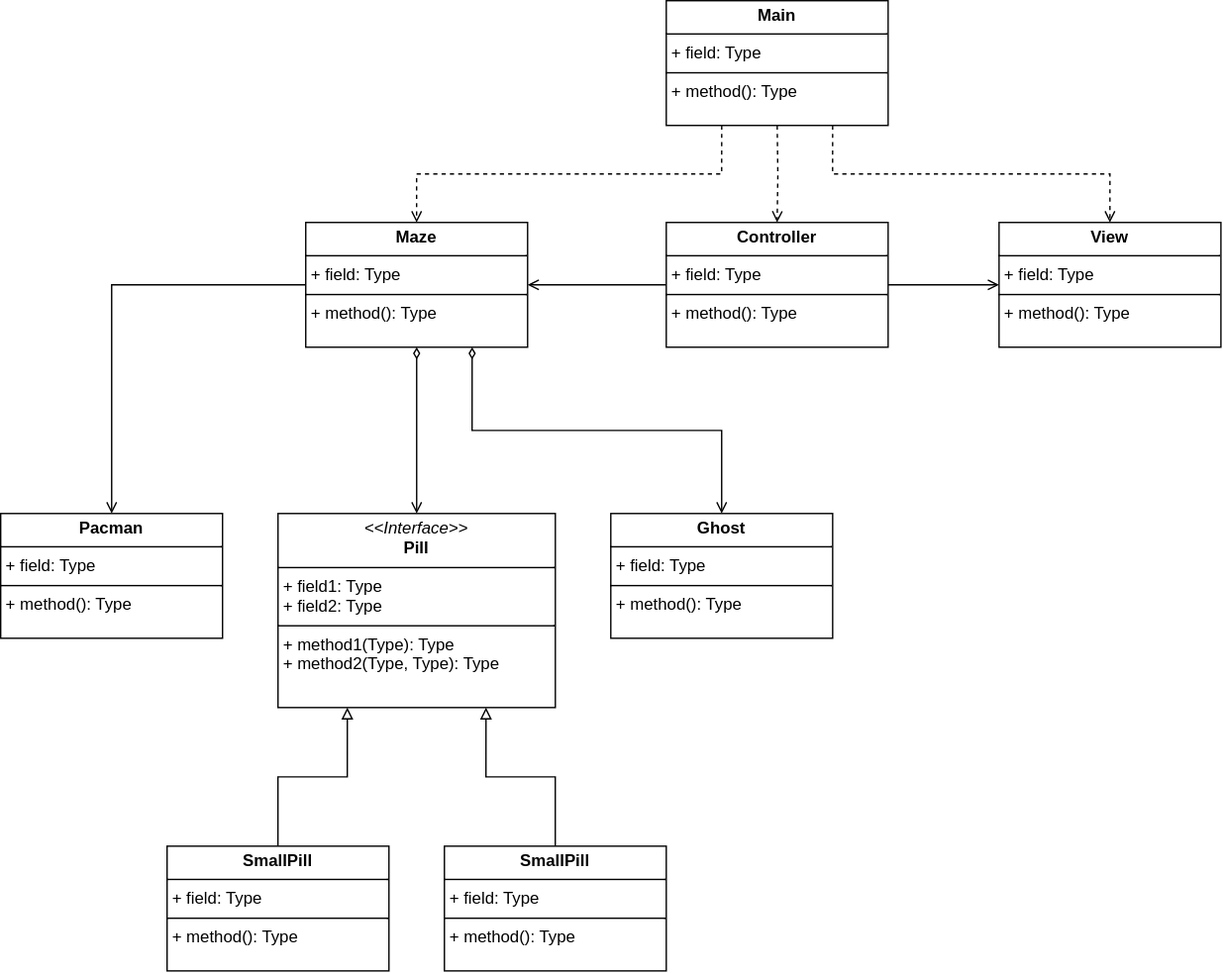
Before: UML-Diagram.drawio.svg, a diagram exported from draw.io (Bartholomew125/PacMan). Source tidied: cells renumbered, new cells last; positions are measured from the earlier drawing's top-left corner, leaving out a move shared by most shapes. Its diagram source:
```xml
<mxGraphModel>
  <root>
    <mxCell id="0" />
    <mxCell id="1" parent="0" />
    <mxCell id="2" style="edgeStyle=orthogonalEdgeStyle;rounded=0;jettySize=auto;html=1;endArrow=open;endFill=0;" parent="1" edge="1" source="17" target="11">
      <mxGeometry relative="1" as="geometry" />
    </mxCell>
    <mxCell id="3" style="edgeStyle=orthogonalEdgeStyle;rounded=0;jettySize=auto;html=1;startArrow=diamondThin;startFill=0;endArrow=open;endFill=0;" parent="1" edge="1" source="17" target="10">
      <mxGeometry relative="1" as="geometry" />
    </mxCell>
    <mxCell id="4" style="edgeStyle=orthogonalEdgeStyle;rounded=0;jettySize=auto;html=1;exitX=0.75;exitY=1;exitDx=0;exitDy=0;endArrow=open;endFill=0;startArrow=diamondThin;startFill=0;" parent="1" edge="1" source="17" target="16">
      <mxGeometry relative="1" as="geometry" />
    </mxCell>
    <mxCell id="5" style="edgeStyle=orthogonalEdgeStyle;rounded=0;jettySize=auto;html=1;endArrow=open;endFill=0;" parent="1" edge="1" source="18" target="17">
      <mxGeometry relative="1" as="geometry" />
    </mxCell>
    <mxCell id="6" style="edgeStyle=orthogonalEdgeStyle;rounded=0;jettySize=auto;html=1;dashed=1;endArrow=open;endFill=0;" parent="1" edge="1" target="18">
      <mxGeometry relative="1" as="geometry">
        <mxPoint x="560" y="90" as="sourcePoint" />
      </mxGeometry>
    </mxCell>
    <mxCell id="7" style="edgeStyle=orthogonalEdgeStyle;rounded=0;jettySize=auto;html=1;dashed=1;exitX=0.25;exitY=1;exitDx=0;exitDy=0;endArrow=open;endFill=0;" parent="1" edge="1" source="20" target="17">
      <mxGeometry relative="1" as="geometry" />
    </mxCell>
    <mxCell id="8" style="edgeStyle=orthogonalEdgeStyle;rounded=0;jettySize=auto;html=1;exitX=0.75;exitY=1;exitDx=0;exitDy=0;dashed=1;endArrow=open;endFill=0;" parent="1" edge="1" source="20" target="19">
      <mxGeometry relative="1" as="geometry" />
    </mxCell>
    <mxCell id="9" style="edgeStyle=orthogonalEdgeStyle;rounded=0;jettySize=auto;html=1;endArrow=open;endFill=0;" parent="1" edge="1" source="18" target="19">
      <mxGeometry relative="1" as="geometry" />
    </mxCell>
    <mxCell id="10" value="&lt;p style=&quot;margin:0px;margin-top:4px;text-align:center;&quot;&gt;&lt;i&gt;&amp;lt;&amp;lt;Interface&amp;gt;&amp;gt;&lt;/i&gt;&lt;br&gt;&lt;b&gt;Pill&lt;/b&gt;&lt;/p&gt;&lt;hr size=&quot;1&quot; style=&quot;border-style:solid;&quot;&gt;&lt;p style=&quot;margin:0px;margin-left:4px;&quot;&gt;+ field1: Type&lt;br&gt;+ field2: Type&lt;/p&gt;&lt;hr size=&quot;1&quot; style=&quot;border-style:solid;&quot;&gt;&lt;p style=&quot;margin:0px;margin-left:4px;&quot;&gt;+ method1(Type): Type&lt;br&gt;+ method2(Type, Type): Type&lt;/p&gt;" style="verticalAlign=top;align=left;overflow=fill;html=1;whiteSpace=wrap;" parent="1" vertex="1">
      <mxGeometry x="200" y="370" width="200" height="140" as="geometry" />
    </mxCell>
    <mxCell id="11" value="&lt;p style=&quot;margin:0px;margin-top:4px;text-align:center;&quot;&gt;&lt;b&gt;Pacman&lt;/b&gt;&lt;/p&gt;&lt;hr size=&quot;1&quot; style=&quot;border-style:solid;&quot;&gt;&lt;p style=&quot;margin:0px;margin-left:4px;&quot;&gt;+ field: Type&lt;/p&gt;&lt;hr size=&quot;1&quot; style=&quot;border-style:solid;&quot;&gt;&lt;p style=&quot;margin:0px;margin-left:4px;&quot;&gt;+ method(): Type&lt;/p&gt;" style="verticalAlign=top;align=left;overflow=fill;html=1;whiteSpace=wrap;" parent="1" vertex="1">
      <mxGeometry y="370" width="160" height="90" as="geometry" />
    </mxCell>
    <mxCell id="12" style="edgeStyle=orthogonalEdgeStyle;rounded=0;jettySize=auto;html=1;endArrow=block;endFill=0;entryX=0.25;entryY=1;entryDx=0;entryDy=0;" parent="1" edge="1" source="13" target="10">
      <mxGeometry relative="1" as="geometry" />
    </mxCell>
    <mxCell id="13" value="&lt;p style=&quot;margin:0px;margin-top:4px;text-align:center;&quot;&gt;&lt;b&gt;SmallPill&lt;/b&gt;&lt;/p&gt;&lt;hr size=&quot;1&quot; style=&quot;border-style:solid;&quot;&gt;&lt;p style=&quot;margin:0px;margin-left:4px;&quot;&gt;+ field: Type&lt;/p&gt;&lt;hr size=&quot;1&quot; style=&quot;border-style:solid;&quot;&gt;&lt;p style=&quot;margin:0px;margin-left:4px;&quot;&gt;+ method(): Type&lt;/p&gt;" style="verticalAlign=top;align=left;overflow=fill;html=1;whiteSpace=wrap;" parent="1" vertex="1">
      <mxGeometry x="120" y="610" width="160" height="90" as="geometry" />
    </mxCell>
    <mxCell id="14" style="edgeStyle=orthogonalEdgeStyle;rounded=0;jettySize=auto;html=1;endArrow=block;endFill=0;entryX=0.75;entryY=1;entryDx=0;entryDy=0;" parent="1" edge="1" source="15" target="10">
      <mxGeometry relative="1" as="geometry" />
    </mxCell>
    <mxCell id="15" value="&lt;p style=&quot;margin:0px;margin-top:4px;text-align:center;&quot;&gt;&lt;b&gt;SmallPill&lt;/b&gt;&lt;/p&gt;&lt;hr size=&quot;1&quot; style=&quot;border-style:solid;&quot;&gt;&lt;p style=&quot;margin:0px;margin-left:4px;&quot;&gt;+ field: Type&lt;/p&gt;&lt;hr size=&quot;1&quot; style=&quot;border-style:solid;&quot;&gt;&lt;p style=&quot;margin:0px;margin-left:4px;&quot;&gt;+ method(): Type&lt;/p&gt;" style="verticalAlign=top;align=left;overflow=fill;html=1;whiteSpace=wrap;" parent="1" vertex="1">
      <mxGeometry x="320" y="610" width="160" height="90" as="geometry" />
    </mxCell>
    <mxCell id="16" value="&lt;p style=&quot;margin:0px;margin-top:4px;text-align:center;&quot;&gt;&lt;b&gt;Ghost&lt;/b&gt;&lt;/p&gt;&lt;hr size=&quot;1&quot; style=&quot;border-style:solid;&quot;&gt;&lt;p style=&quot;margin:0px;margin-left:4px;&quot;&gt;+ field: Type&lt;/p&gt;&lt;hr size=&quot;1&quot; style=&quot;border-style:solid;&quot;&gt;&lt;p style=&quot;margin:0px;margin-left:4px;&quot;&gt;+ method(): Type&lt;/p&gt;" style="verticalAlign=top;align=left;overflow=fill;html=1;whiteSpace=wrap;" parent="1" vertex="1">
      <mxGeometry x="440" y="370" width="160" height="90" as="geometry" />
    </mxCell>
    <mxCell id="17" value="&lt;p style=&quot;margin:0px;margin-top:4px;text-align:center;&quot;&gt;&lt;b&gt;Maze&lt;/b&gt;&lt;/p&gt;&lt;hr size=&quot;1&quot; style=&quot;border-style:solid;&quot;&gt;&lt;p style=&quot;margin:0px;margin-left:4px;&quot;&gt;+ field: Type&lt;/p&gt;&lt;hr size=&quot;1&quot; style=&quot;border-style:solid;&quot;&gt;&lt;p style=&quot;margin:0px;margin-left:4px;&quot;&gt;+ method(): Type&lt;/p&gt;" style="verticalAlign=top;align=left;overflow=fill;html=1;whiteSpace=wrap;" parent="1" vertex="1">
      <mxGeometry x="220" y="160" width="160" height="90" as="geometry" />
    </mxCell>
    <mxCell id="18" value="&lt;p style=&quot;margin:0px;margin-top:4px;text-align:center;&quot;&gt;&lt;b&gt;Controller&lt;/b&gt;&lt;/p&gt;&lt;hr size=&quot;1&quot; style=&quot;border-style:solid;&quot;&gt;&lt;p style=&quot;margin:0px;margin-left:4px;&quot;&gt;+ field: Type&lt;/p&gt;&lt;hr size=&quot;1&quot; style=&quot;border-style:solid;&quot;&gt;&lt;p style=&quot;margin:0px;margin-left:4px;&quot;&gt;+ method(): Type&lt;/p&gt;" style="verticalAlign=top;align=left;overflow=fill;html=1;whiteSpace=wrap;" parent="1" vertex="1">
      <mxGeometry x="480" y="160" width="160" height="90" as="geometry" />
    </mxCell>
    <mxCell id="19" value="&lt;p style=&quot;margin:0px;margin-top:4px;text-align:center;&quot;&gt;&lt;b&gt;View&lt;/b&gt;&lt;/p&gt;&lt;hr size=&quot;1&quot; style=&quot;border-style:solid;&quot;&gt;&lt;p style=&quot;margin:0px;margin-left:4px;&quot;&gt;+ field: Type&lt;/p&gt;&lt;hr size=&quot;1&quot; style=&quot;border-style:solid;&quot;&gt;&lt;p style=&quot;margin:0px;margin-left:4px;&quot;&gt;+ method(): Type&lt;/p&gt;" style="verticalAlign=top;align=left;overflow=fill;html=1;whiteSpace=wrap;" parent="1" vertex="1">
      <mxGeometry x="720" y="160" width="160" height="90" as="geometry" />
    </mxCell>
    <mxCell id="20" value="&lt;p style=&quot;margin:0px;margin-top:4px;text-align:center;&quot;&gt;&lt;b&gt;Main&lt;/b&gt;&lt;/p&gt;&lt;hr size=&quot;1&quot; style=&quot;border-style:solid;&quot;&gt;&lt;p style=&quot;margin:0px;margin-left:4px;&quot;&gt;+ field: Type&lt;/p&gt;&lt;hr size=&quot;1&quot; style=&quot;border-style:solid;&quot;&gt;&lt;p style=&quot;margin:0px;margin-left:4px;&quot;&gt;+ method(): Type&lt;/p&gt;" style="verticalAlign=top;align=left;overflow=fill;html=1;whiteSpace=wrap;" parent="1" vertex="1">
      <mxGeometry x="480" width="160" height="90" as="geometry" />
    </mxCell>
  </root>
</mxGraphModel>
```
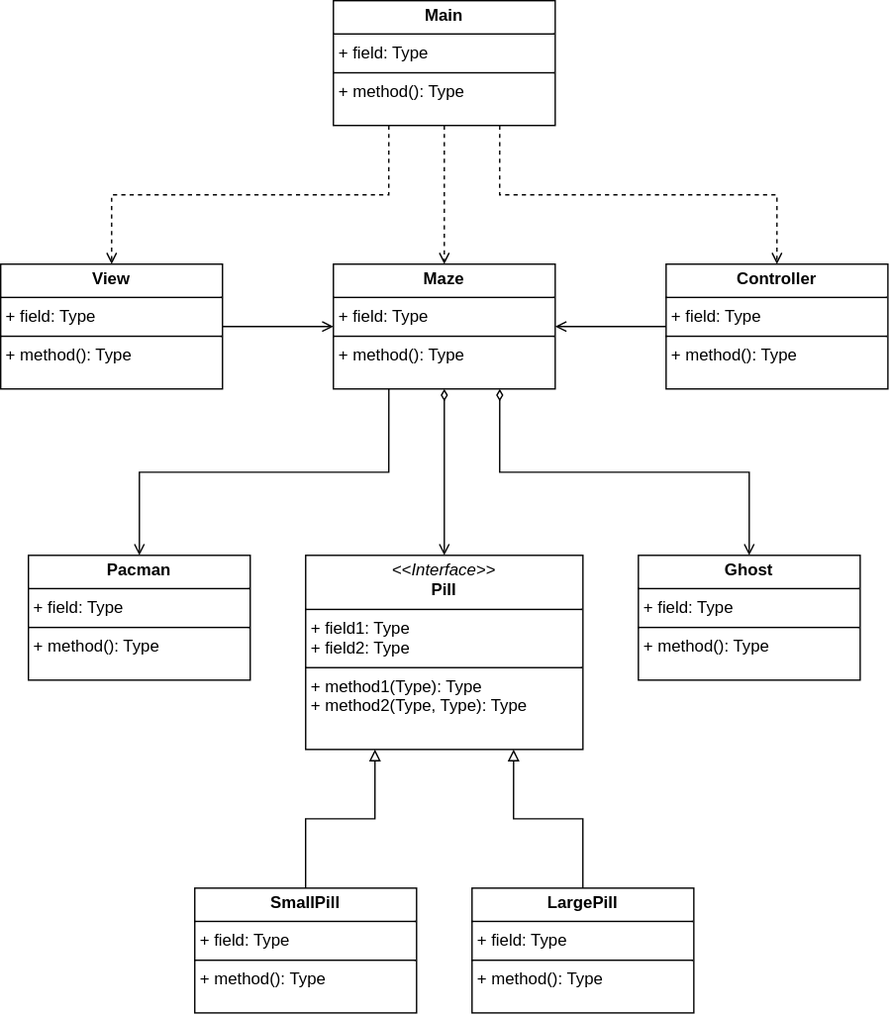
Above is the later version.

Commit message:
Updated uml diagram

The edit, as a diff of the source:
```diff
@@ -2,7 +2,7 @@
   <root>
     <mxCell id="0" />
     <mxCell id="1" parent="0" />
-    <mxCell id="2" style="edgeStyle=orthogonalEdgeStyle;rounded=0;jettySize=auto;html=1;endArrow=open;endFill=0;" parent="1" edge="1" source="17" target="11">
+    <mxCell id="2" style="edgeStyle=orthogonalEdgeStyle;rounded=0;jettySize=auto;html=1;endArrow=open;endFill=0;exitX=0.25;exitY=1;exitDx=0;exitDy=0;" parent="1" edge="1" source="17" target="11">
       <mxGeometry relative="1" as="geometry" />
     </mxCell>
     <mxCell id="3" style="edgeStyle=orthogonalEdgeStyle;rounded=0;jettySize=auto;html=1;startArrow=diamondThin;startFill=0;endArrow=open;endFill=0;" parent="1" edge="1" source="17" target="10">
@@ -14,20 +14,15 @@
     <mxCell id="5" style="edgeStyle=orthogonalEdgeStyle;rounded=0;jettySize=auto;html=1;endArrow=open;endFill=0;" parent="1" edge="1" source="18" target="17">
       <mxGeometry relative="1" as="geometry" />
     </mxCell>
-    <mxCell id="6" style="edgeStyle=orthogonalEdgeStyle;rounded=0;jettySize=auto;html=1;dashed=1;endArrow=open;endFill=0;" parent="1" edge="1" target="18">
-      <mxGeometry relative="1" as="geometry">
-        <mxPoint x="560" y="90" as="sourcePoint" />
-      </mxGeometry>
+    <mxCell id="6" style="edgeStyle=orthogonalEdgeStyle;rounded=0;jettySize=auto;html=1;dashed=1;endArrow=open;endFill=0;exitX=0.75;exitY=1;exitDx=0;exitDy=0;" parent="1" edge="1" source="20" target="18">
+      <mxGeometry relative="1" as="geometry" />
     </mxCell>
-    <mxCell id="7" style="edgeStyle=orthogonalEdgeStyle;rounded=0;jettySize=auto;html=1;dashed=1;exitX=0.25;exitY=1;exitDx=0;exitDy=0;endArrow=open;endFill=0;" parent="1" edge="1" source="20" target="17">
+    <mxCell id="7" style="edgeStyle=orthogonalEdgeStyle;rounded=0;jettySize=auto;html=1;dashed=1;exitX=0.5;exitY=1;exitDx=0;exitDy=0;endArrow=open;endFill=0;" parent="1" edge="1" source="20" target="17">
       <mxGeometry relative="1" as="geometry" />
     </mxCell>
-    <mxCell id="8" style="edgeStyle=orthogonalEdgeStyle;rounded=0;jettySize=auto;html=1;exitX=0.75;exitY=1;exitDx=0;exitDy=0;dashed=1;endArrow=open;endFill=0;" parent="1" edge="1" source="20" target="19">
+    <mxCell id="8" style="edgeStyle=orthogonalEdgeStyle;rounded=0;jettySize=auto;html=1;exitX=0.25;exitY=1;exitDx=0;exitDy=0;dashed=1;endArrow=open;endFill=0;" parent="1" edge="1" source="20" target="19">
       <mxGeometry relative="1" as="geometry" />
     </mxCell>
-    <mxCell id="9" style="edgeStyle=orthogonalEdgeStyle;rounded=0;jettySize=auto;html=1;endArrow=open;endFill=0;" parent="1" edge="1" source="18" target="19">
-      <mxGeometry relative="1" as="geometry" />
-    </mxCell>
     <mxCell id="10" value="&lt;p style=&quot;margin:0px;margin-top:4px;text-align:center;&quot;&gt;&lt;i&gt;&amp;lt;&amp;lt;Interface&amp;gt;&amp;gt;&lt;/i&gt;&lt;br&gt;&lt;b&gt;Pill&lt;/b&gt;&lt;/p&gt;&lt;hr size=&quot;1&quot; style=&quot;border-style:solid;&quot;&gt;&lt;p style=&quot;margin:0px;margin-left:4px;&quot;&gt;+ field1: Type&lt;br&gt;+ field2: Type&lt;/p&gt;&lt;hr size=&quot;1&quot; style=&quot;border-style:solid;&quot;&gt;&lt;p style=&quot;margin:0px;margin-left:4px;&quot;&gt;+ method1(Type): Type&lt;br&gt;+ method2(Type, Type): Type&lt;/p&gt;" style="verticalAlign=top;align=left;overflow=fill;html=1;whiteSpace=wrap;" parent="1" vertex="1">
       <mxGeometry x="200" y="370" width="200" height="140" as="geometry" />
     </mxCell>
@@ -43,7 +38,7 @@
     <mxCell id="14" style="edgeStyle=orthogonalEdgeStyle;rounded=0;jettySize=auto;html=1;endArrow=block;endFill=0;entryX=0.75;entryY=1;entryDx=0;entryDy=0;" parent="1" edge="1" source="15" target="10">
       <mxGeometry relative="1" as="geometry" />
     </mxCell>
-    <mxCell id="15" value="&lt;p style=&quot;margin:0px;margin-top:4px;text-align:center;&quot;&gt;&lt;b&gt;SmallPill&lt;/b&gt;&lt;/p&gt;&lt;hr size=&quot;1&quot; style=&quot;border-style:solid;&quot;&gt;&lt;p style=&quot;margin:0px;margin-left:4px;&quot;&gt;+ field: Type&lt;/p&gt;&lt;hr size=&quot;1&quot; style=&quot;border-style:solid;&quot;&gt;&lt;p style=&quot;margin:0px;margin-left:4px;&quot;&gt;+ method(): Type&lt;/p&gt;" style="verticalAlign=top;align=left;overflow=fill;html=1;whiteSpace=wrap;" parent="1" vertex="1">
+    <mxCell id="15" value="&lt;p style=&quot;margin:0px;margin-top:4px;text-align:center;&quot;&gt;&lt;b&gt;LargePill&lt;/b&gt;&lt;/p&gt;&lt;hr size=&quot;1&quot; style=&quot;border-style:solid;&quot;&gt;&lt;p style=&quot;margin:0px;margin-left:4px;&quot;&gt;+ field: Type&lt;/p&gt;&lt;hr size=&quot;1&quot; style=&quot;border-style:solid;&quot;&gt;&lt;p style=&quot;margin:0px;margin-left:4px;&quot;&gt;+ method(): Type&lt;/p&gt;" style="verticalAlign=top;align=left;overflow=fill;html=1;whiteSpace=wrap;" parent="1" vertex="1">
       <mxGeometry x="320" y="610" width="160" height="90" as="geometry" />
     </mxCell>
     <mxCell id="16" value="&lt;p style=&quot;margin:0px;margin-top:4px;text-align:center;&quot;&gt;&lt;b&gt;Ghost&lt;/b&gt;&lt;/p&gt;&lt;hr size=&quot;1&quot; style=&quot;border-style:solid;&quot;&gt;&lt;p style=&quot;margin:0px;margin-left:4px;&quot;&gt;+ field: Type&lt;/p&gt;&lt;hr size=&quot;1&quot; style=&quot;border-style:solid;&quot;&gt;&lt;p style=&quot;margin:0px;margin-left:4px;&quot;&gt;+ method(): Type&lt;/p&gt;" style="verticalAlign=top;align=left;overflow=fill;html=1;whiteSpace=wrap;" parent="1" vertex="1">
@@ -53,13 +48,16 @@
       <mxGeometry x="220" y="160" width="160" height="90" as="geometry" />
     </mxCell>
     <mxCell id="18" value="&lt;p style=&quot;margin:0px;margin-top:4px;text-align:center;&quot;&gt;&lt;b&gt;Controller&lt;/b&gt;&lt;/p&gt;&lt;hr size=&quot;1&quot; style=&quot;border-style:solid;&quot;&gt;&lt;p style=&quot;margin:0px;margin-left:4px;&quot;&gt;+ field: Type&lt;/p&gt;&lt;hr size=&quot;1&quot; style=&quot;border-style:solid;&quot;&gt;&lt;p style=&quot;margin:0px;margin-left:4px;&quot;&gt;+ method(): Type&lt;/p&gt;" style="verticalAlign=top;align=left;overflow=fill;html=1;whiteSpace=wrap;" parent="1" vertex="1">
-      <mxGeometry x="480" y="160" width="160" height="90" as="geometry" />
+      <mxGeometry x="460" y="160" width="160" height="90" as="geometry" />
     </mxCell>
+    <mxCell id="21" style="edgeStyle=orthogonalEdgeStyle;rounded=0;jettySize=auto;html=1;endArrow=open;endFill=0;" parent="1" edge="1" source="19" target="17">
+      <mxGeometry relative="1" as="geometry" />
+    </mxCell>
     <mxCell id="19" value="&lt;p style=&quot;margin:0px;margin-top:4px;text-align:center;&quot;&gt;&lt;b&gt;View&lt;/b&gt;&lt;/p&gt;&lt;hr size=&quot;1&quot; style=&quot;border-style:solid;&quot;&gt;&lt;p style=&quot;margin:0px;margin-left:4px;&quot;&gt;+ field: Type&lt;/p&gt;&lt;hr size=&quot;1&quot; style=&quot;border-style:solid;&quot;&gt;&lt;p style=&quot;margin:0px;margin-left:4px;&quot;&gt;+ method(): Type&lt;/p&gt;" style="verticalAlign=top;align=left;overflow=fill;html=1;whiteSpace=wrap;" parent="1" vertex="1">
-      <mxGeometry x="720" y="160" width="160" height="90" as="geometry" />
+      <mxGeometry x="-20" y="160" width="160" height="90" as="geometry" />
     </mxCell>
     <mxCell id="20" value="&lt;p style=&quot;margin:0px;margin-top:4px;text-align:center;&quot;&gt;&lt;b&gt;Main&lt;/b&gt;&lt;/p&gt;&lt;hr size=&quot;1&quot; style=&quot;border-style:solid;&quot;&gt;&lt;p style=&quot;margin:0px;margin-left:4px;&quot;&gt;+ field: Type&lt;/p&gt;&lt;hr size=&quot;1&quot; style=&quot;border-style:solid;&quot;&gt;&lt;p style=&quot;margin:0px;margin-left:4px;&quot;&gt;+ method(): Type&lt;/p&gt;" style="verticalAlign=top;align=left;overflow=fill;html=1;whiteSpace=wrap;" parent="1" vertex="1">
-      <mxGeometry x="480" width="160" height="90" as="geometry" />
+      <mxGeometry x="220" y="-30" width="160" height="90" as="geometry" />
     </mxCell>
   </root>
 </mxGraphModel>
```
